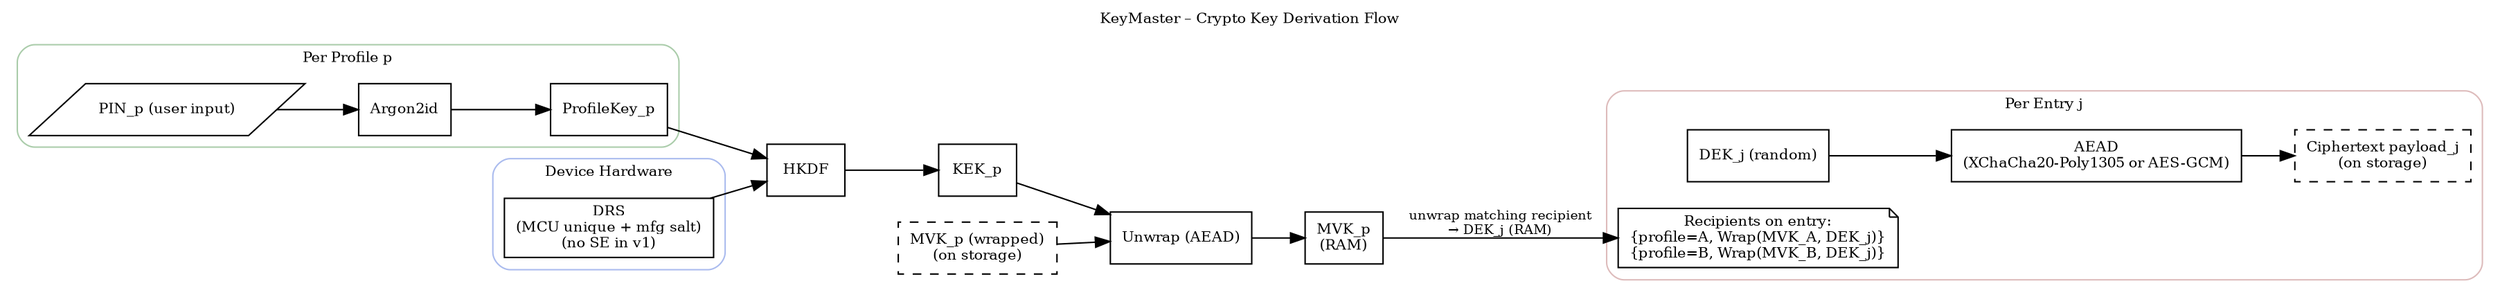
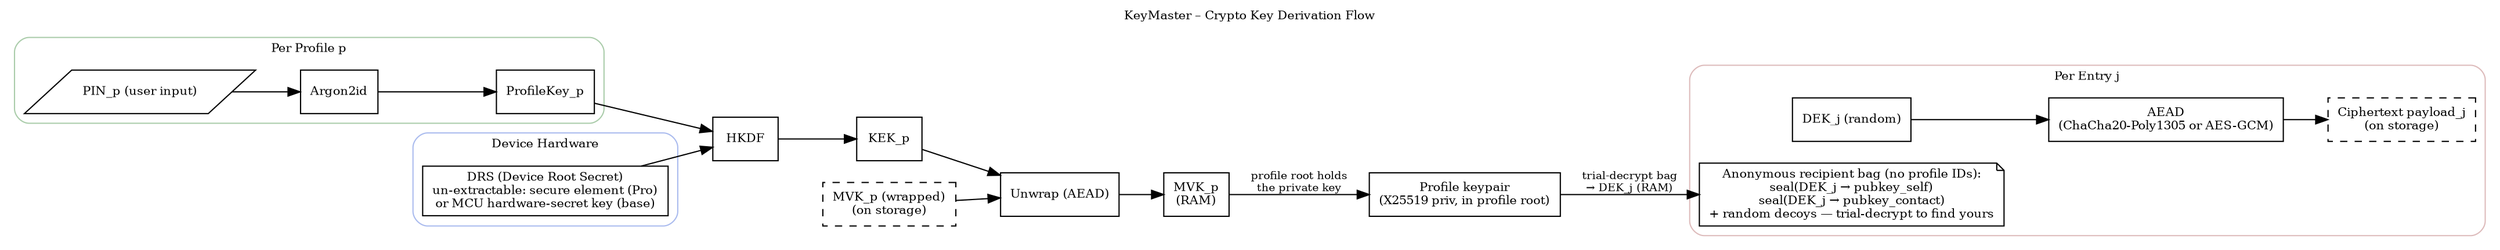
digraph CryptoFlow {
  graph [fontsize=10, labelloc=t, label="KeyMaster – Crypto Key Derivation Flow", rankdir=LR];
  node  [shape=box, fontsize=10];
  edge  [fontsize=9];

  subgraph cluster_profile {
    label="Per Profile p"; style=rounded; color="#aaccaa";
    PIN [label="PIN_p (user input)", shape=parallelogram];
    KDF [label="Argon2id"];
    PK [label="ProfileKey_p"];

    PIN -> KDF -> PK;
  }

  subgraph cluster_drs {
    label="Device Hardware"; style=rounded; color="#aabbee";
-     DRS [label="DRS\n(MCU unique + mfg salt)\n(no SE in v1)"];
+     DRS [label="DRS (Device Root Secret)\nun-extractable: secure element (Pro)\nor MCU hardware-secret key (base)"];
  }

  HKDF [label="HKDF"];
  KEK [label="KEK_p"];

  PK -> HKDF;
  DRS -> HKDF;
  HKDF -> KEK;

  MVKwrap [label="MVK_p (wrapped)\n(on storage)", style=dashed];
  UnwrapMVK [label="Unwrap (AEAD)"];
  MVK [label="MVK_p\n(RAM)"];

  KEK -> UnwrapMVK;
  MVKwrap -> UnwrapMVK -> MVK;

  subgraph cluster_entry {
    label="Per Entry j"; style=rounded; color="#ddbbbb";
    DEK [label="DEK_j (random)"];
-     AEAD [label="AEAD\n(XChaCha20-Poly1305 or AES-GCM)"];
+     AEAD [label="AEAD\n(ChaCha20-Poly1305 or AES-GCM)"];
    Payload [label="Ciphertext payload_j\n(on storage)", style=dashed];

    DEK -> AEAD -> Payload;

-     Recipients [label="Recipients on entry:\n{profile=A, Wrap(MVK_A, DEK_j)}\n{profile=B, Wrap(MVK_B, DEK_j)}", shape=note];
+     Recipients [label="Anonymous recipient bag (no profile IDs):\nseal(DEK_j → pubkey_self)\nseal(DEK_j → pubkey_contact)\n+ random decoys — trial-decrypt to find yours", shape=note];
  }

-   MVK -> Recipients [label="unwrap matching recipient\n→ DEK_j (RAM)"];
+   ProfKey [label="Profile keypair\n(X25519 priv, in profile root)", shape=box];
+   MVK -> ProfKey [label="profile root holds\nthe private key"];
+   ProfKey -> Recipients [label="trial-decrypt bag\n→ DEK_j (RAM)"];
}
